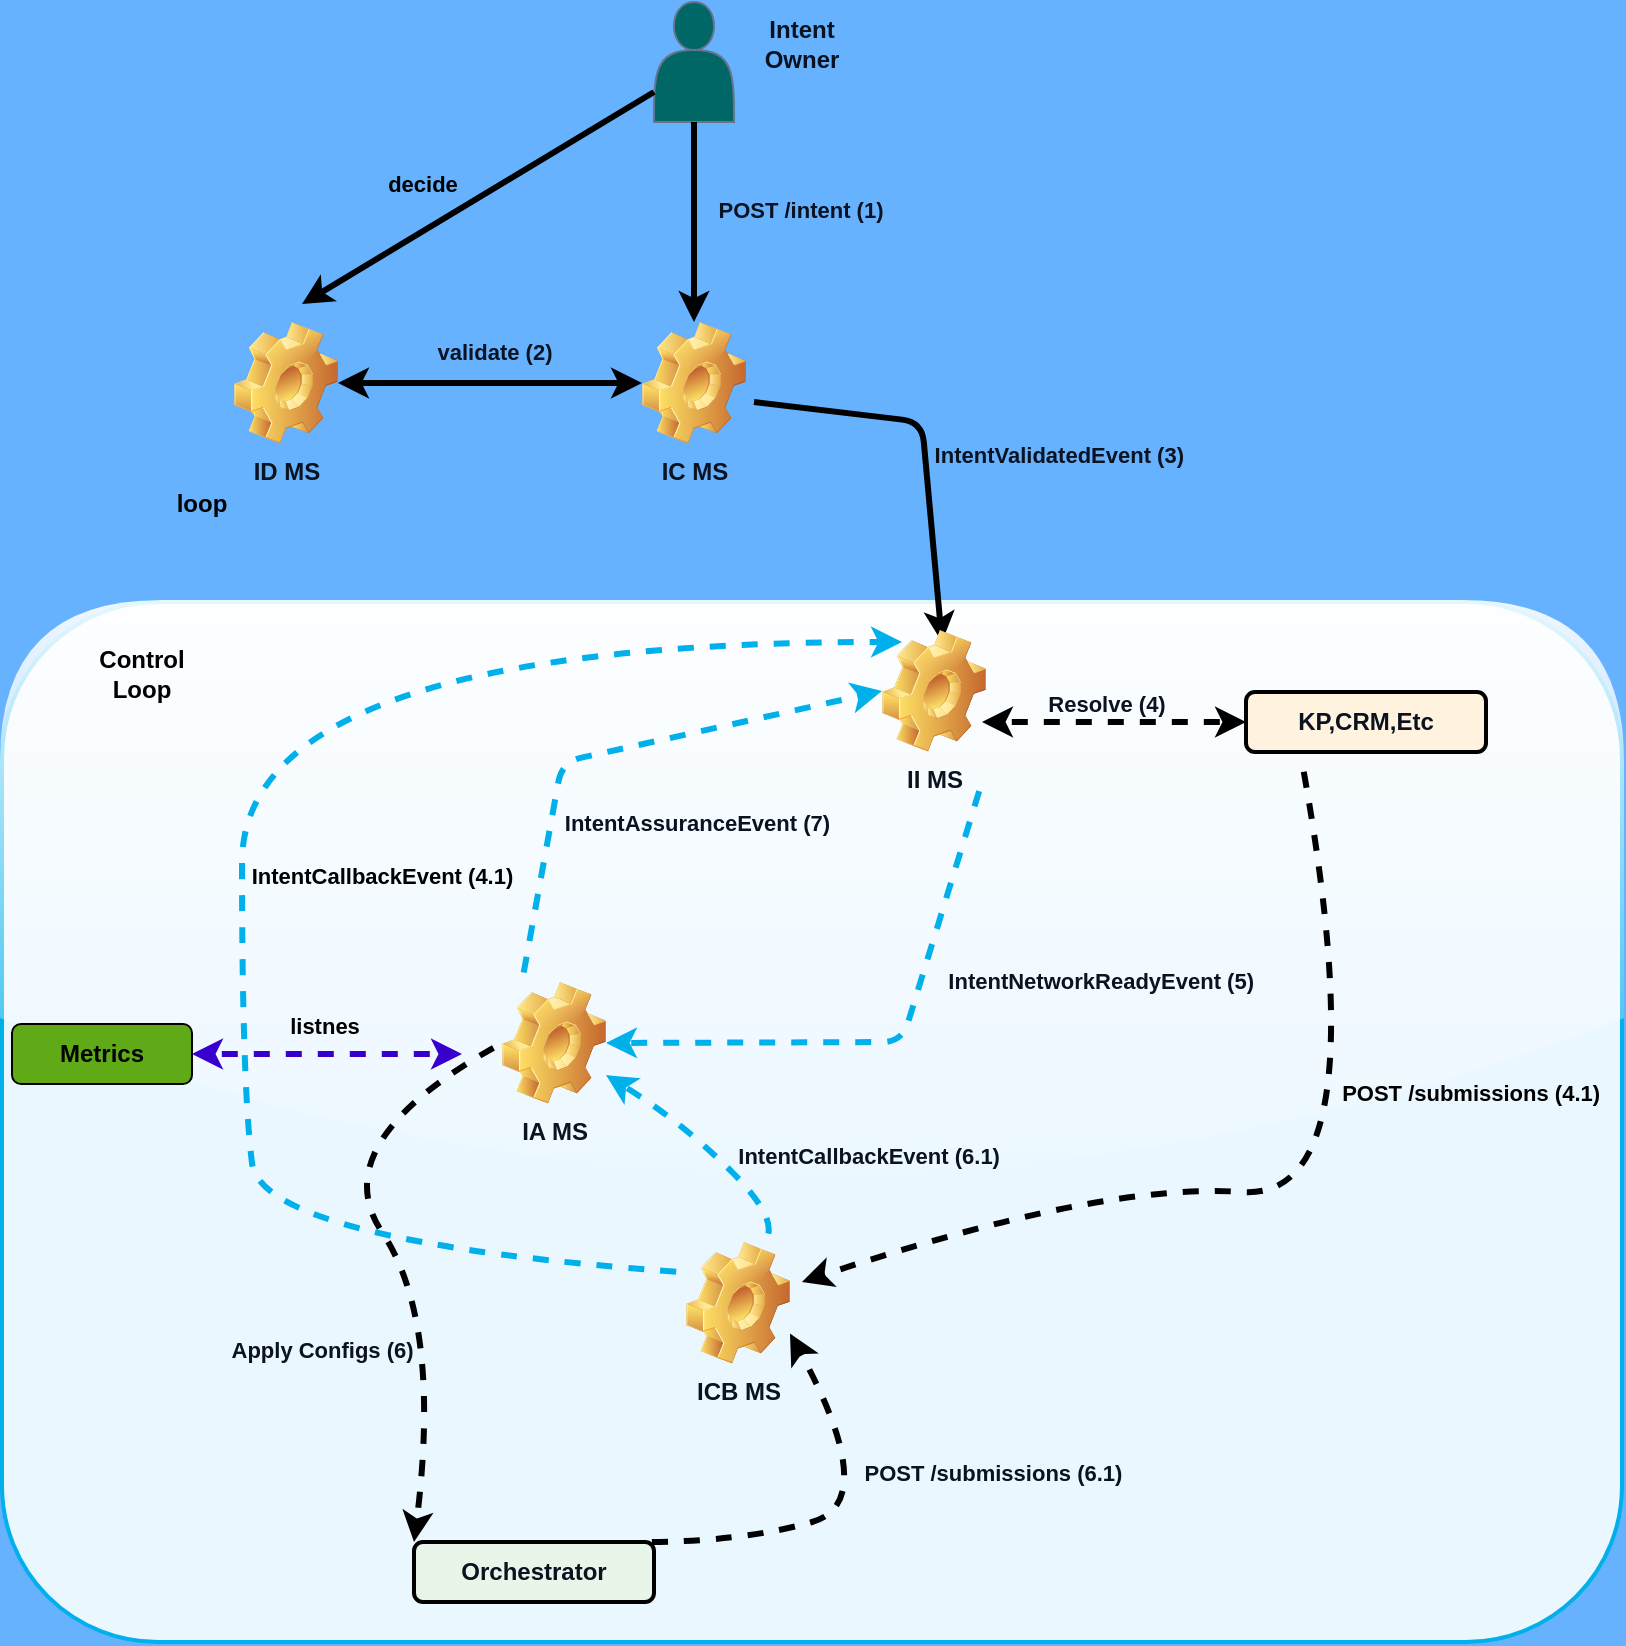
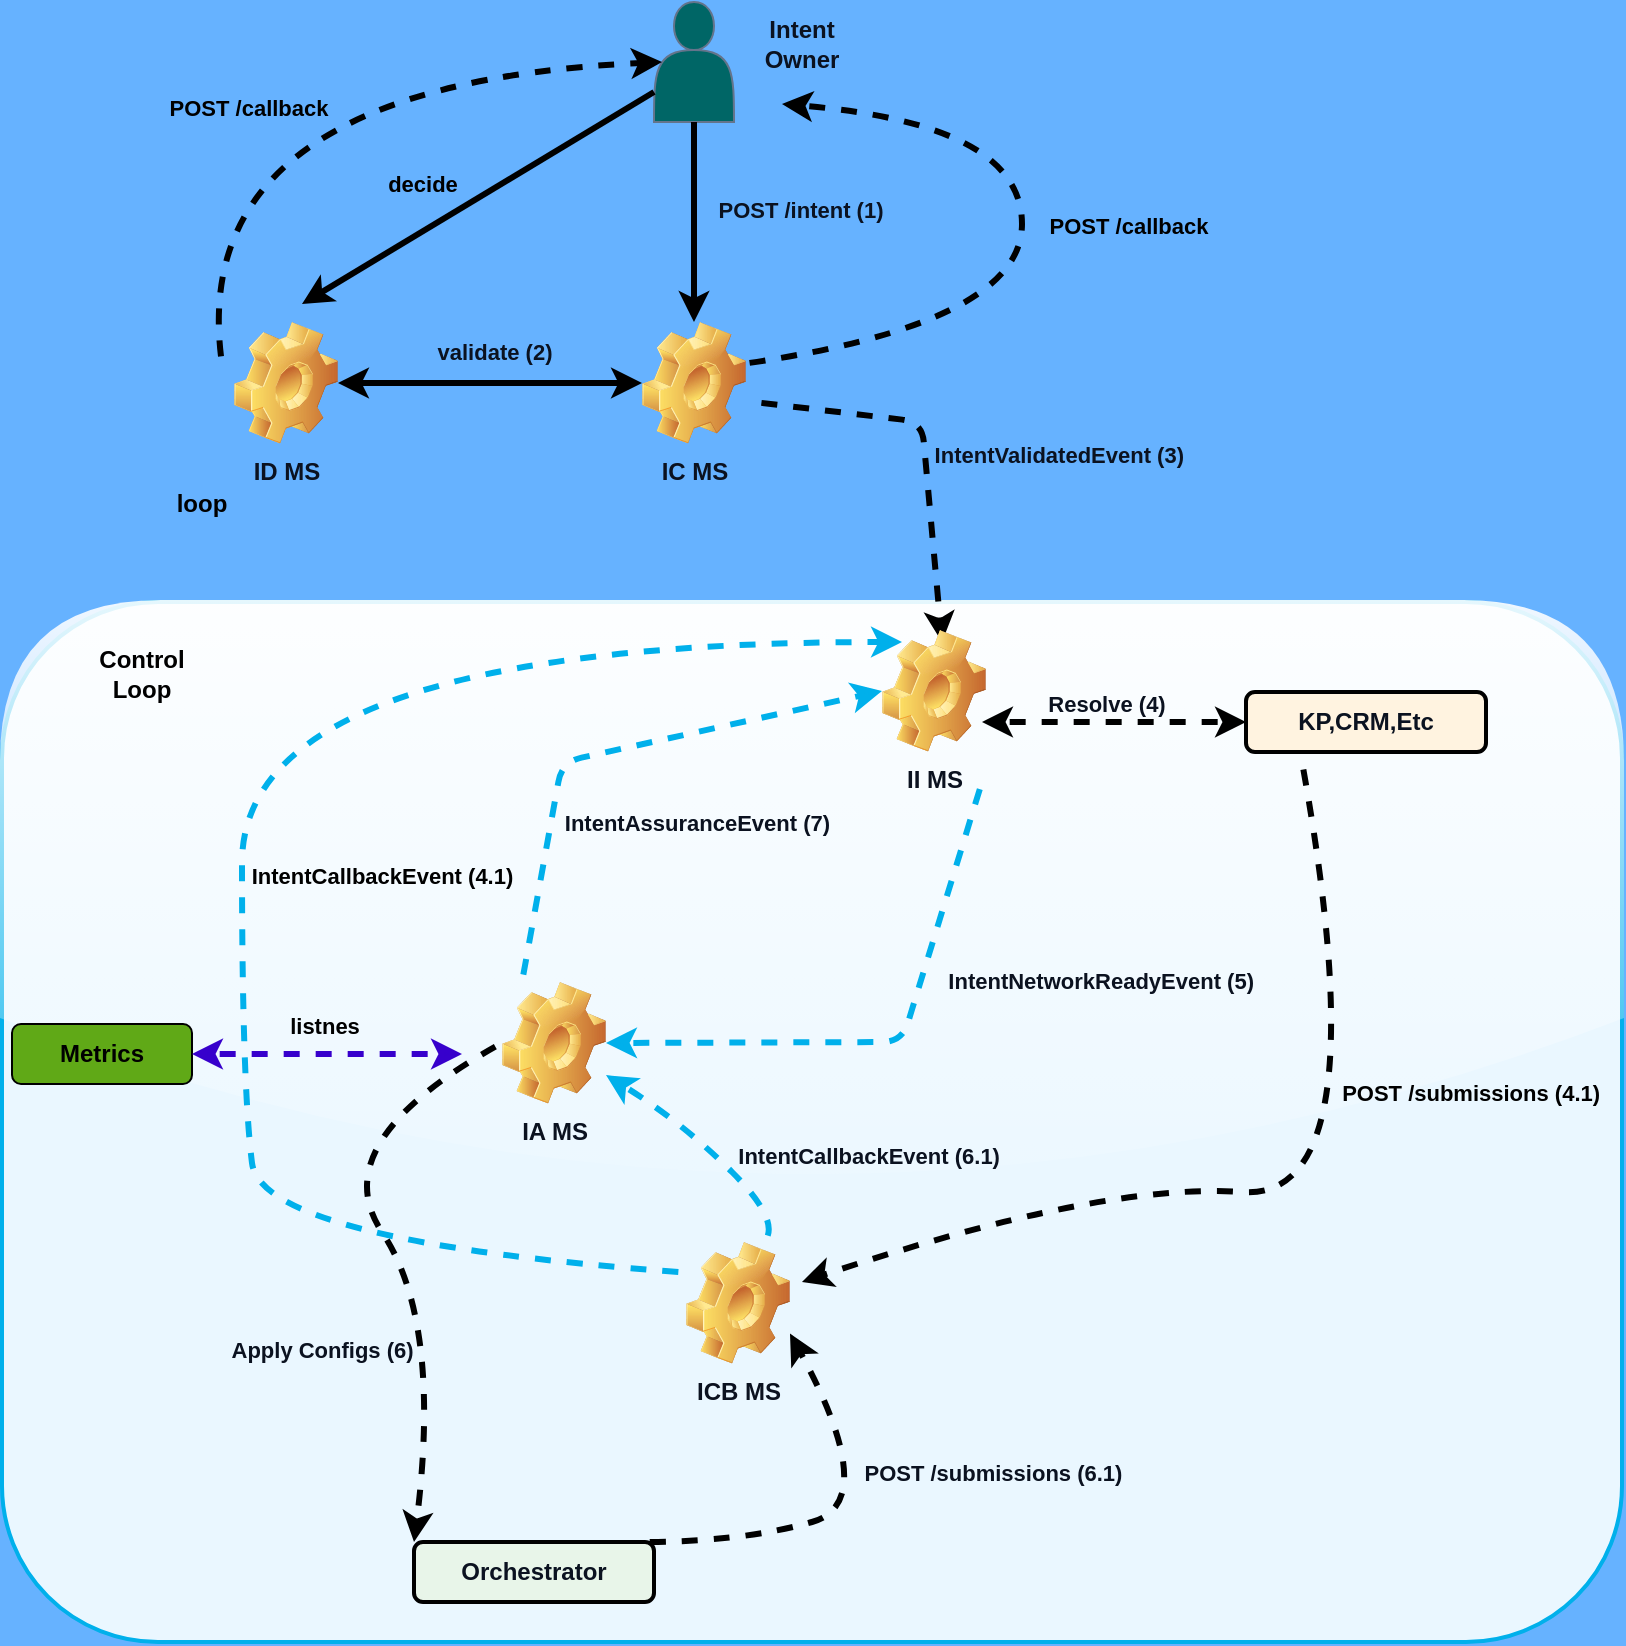
<mxfile host="65bd71144e">
    <diagram id="hkdiFI0e61aXNWWX01rr" name="Page-1">
-         <mxGraphModel dx="904" dy="851" grid="1" gridSize="10" guides="1" tooltips="1" connect="1" arrows="1" fold="1" page="1" pageScale="1" pageWidth="827" pageHeight="1169" background="#66B2FF" math="0" shadow="0" adaptiveColors="none">
+         <mxGraphModel dx="678" dy="638" grid="1" gridSize="10" guides="1" tooltips="1" connect="1" arrows="1" fold="1" page="1" pageScale="1" pageWidth="827" pageHeight="1169" background="#66B2FF" math="0" shadow="0" adaptiveColors="none">
            <root>
                <mxCell id="0"/>
                <mxCell id="1" parent="0"/>
-                 <mxCell id="44" value="" style="rounded=1;whiteSpace=wrap;html=1;strokeWidth=2;glass=1;shadow=0;fillStyle=auto;fillColor=#EAF7FF;fontColor=#0B1220;strokeColor=#00B0EB;labelBackgroundColor=default;" parent="1" vertex="1">
+                 <mxCell id="44" value="" style="rounded=1;whiteSpace=wrap;html=1;strokeWidth=2;glass=1;shadow=0;fillStyle=auto;fillColor=#EAF7FF;fontColor=#0B1220;strokeColor=#00B0EB;" parent="1" vertex="1">
                    <mxGeometry x="10" y="449" width="810" height="520" as="geometry"/>
                </mxCell>
                <mxCell id="2" value="IA MS" style="shape=image;html=1;verticalLabelPosition=bottom;verticalAlign=top;imageAspect=1;aspect=fixed;image=img/clipart/Gear_128x128.png;container=0;fontStyle=1;fillColor=#E6F7FF;strokeColor=#00B0EB;fontColor=#0B1220;strokeWidth=2;shadow=0;" parent="1" vertex="1">
                    <mxGeometry x="260" y="639" width="52" height="61" as="geometry"/>
                </mxCell>
-                 <mxCell id="7" value="" style="endArrow=classic;html=1;shadow=0;flowAnimation=1;strokeWidth=3;strokeColor=#00B0EB;entryX=0;entryY=0.5;entryDx=0;entryDy=0;jumpStyle=arc;fontColor=#0B1220;" parent="1" edge="1" target="28">
+                 <mxCell id="7" value="" style="endArrow=classic;html=1;shadow=0;flowAnimation=1;strokeWidth=3;strokeColor=#00B0EB;entryX=0;entryY=0.5;entryDx=0;entryDy=0;jumpStyle=arc;fontColor=#0B1220;" parent="1" target="28" edge="1">
                    <mxGeometry width="50" height="50" relative="1" as="geometry">
                        <mxPoint x="270" y="639" as="sourcePoint"/>
                        <mxPoint x="430" y="489" as="targetPoint"/>
                        <Array as="points">
                            <mxPoint x="290" y="529"/>
                        </Array>
                    </mxGeometry>
                </mxCell>
                <mxCell id="9" value="IntentNetworkReadyEvent (5)" style="edgeLabel;align=center;verticalAlign=middle;resizable=0;points=[];container=0;fontColor=#0B1220;labelBackgroundColor=none;fontStyle=1;fillColor=#E8F5E9;strokeColor=#2E7D32;strokeWidth=2;shadow=0;" parent="7" vertex="1" connectable="0">
                    <mxGeometry x="0.0249" y="3" relative="1" as="geometry">
                        <mxPoint x="241" y="118" as="offset"/>
                    </mxGeometry>
                </mxCell>
                <mxCell id="8" value="" style="endArrow=classic;html=1;entryX=1;entryY=0.5;entryDx=0;entryDy=0;exitX=1;exitY=1;exitDx=0;exitDy=0;flowAnimation=1;jumpStyle=arc;strokeWidth=3;strokeColor=#00B0EB;fontColor=#0B1220;" parent="1" target="2" edge="1">
                    <mxGeometry width="50" height="50" relative="1" as="geometry">
                        <mxPoint x="500" y="539" as="sourcePoint"/>
                        <mxPoint x="470" y="719" as="targetPoint"/>
                        <Array as="points">
                            <mxPoint x="460" y="669"/>
                        </Array>
                    </mxGeometry>
                </mxCell>
                <mxCell id="10" value="IntentAssuranceEvent (7)" style="edgeLabel;align=center;verticalAlign=middle;resizable=0;points=[];container=0;labelBackgroundColor=none;fontStyle=1;fillColor=#FFEBEE;strokeColor=#C62828;fontColor=#0B1220;strokeWidth=2;shadow=0;" parent="8" vertex="1" connectable="0">
                    <mxGeometry x="-0.196" relative="1" as="geometry">
                        <mxPoint x="-109" y="-89" as="offset"/>
                    </mxGeometry>
                </mxCell>
                <mxCell id="12" value="IC MS" style="shape=image;html=1;verticalLabelPosition=bottom;verticalAlign=top;imageAspect=1;aspect=fixed;image=img/clipart/Gear_128x128.png;fontStyle=1;fillColor=#E6F7FF;strokeColor=#00B0EB;fontColor=#0B1220;strokeWidth=2;shadow=0;" parent="1" vertex="1">
                    <mxGeometry x="330" y="309" width="52" height="61" as="geometry"/>
                </mxCell>
                <mxCell id="13" value="" style="shape=actor;whiteSpace=wrap;html=1;fillColor=#006666;strokeColor=#64748B;fontColor=#0B1220;shadow=0;" parent="1" vertex="1">
                    <mxGeometry x="336" y="149" width="40" height="60" as="geometry"/>
                </mxCell>
                <mxCell id="14" value="" style="endArrow=classic;html=1;exitX=0.5;exitY=1;exitDx=0;exitDy=0;strokeWidth=3;flowAnimation=0;strokeColor=default;fontColor=#0B1220;" parent="1" source="13" target="12" edge="1">
                    <mxGeometry width="50" height="50" relative="1" as="geometry">
                        <mxPoint x="430" y="379" as="sourcePoint"/>
                        <mxPoint x="480" y="329" as="targetPoint"/>
                    </mxGeometry>
                </mxCell>
                <mxCell id="17" value="POST /intent (1)" style="edgeLabel;html=1;align=center;verticalAlign=middle;resizable=0;points=[];fontColor=#0B1220;fontStyle=1;labelBackgroundColor=none;strokeColor=#64748B;shadow=0;" parent="14" vertex="1" connectable="0">
                    <mxGeometry x="-0.13" relative="1" as="geometry">
                        <mxPoint x="53" as="offset"/>
                    </mxGeometry>
                </mxCell>
                <mxCell id="15" value="ICB MS" style="shape=image;html=1;verticalLabelPosition=bottom;verticalAlign=top;imageAspect=1;aspect=fixed;image=img/clipart/Gear_128x128.png;fontStyle=1;fillColor=#FFF3E0;strokeColor=#F57C00;fontColor=#0B1220;strokeWidth=2;shadow=0;" parent="1" vertex="1">
                    <mxGeometry x="352" y="769" width="52" height="61" as="geometry"/>
                </mxCell>
-                 <mxCell id="16" value="" style="endArrow=classic;html=1;exitX=0.5;exitY=1;exitDx=0;exitDy=0;strokeWidth=3;flowAnimation=0;jumpStyle=arc;strokeColor=default;fontColor=#0B1220;" parent="1" edge="1">
+                 <mxCell id="16" value="" style="endArrow=classic;html=1;exitX=0.5;exitY=1;exitDx=0;exitDy=0;strokeWidth=3;flowAnimation=1;jumpStyle=arc;strokeColor=default;fontColor=#0B1220;" parent="1" edge="1">
                    <mxGeometry width="50" height="50" relative="1" as="geometry">
                        <mxPoint x="386" y="349" as="sourcePoint"/>
                        <mxPoint x="480" y="469" as="targetPoint"/>
                        <Array as="points">
                            <mxPoint x="470" y="359"/>
                        </Array>
                    </mxGeometry>
                </mxCell>
                <mxCell id="18" value="IntentValidatedEvent (3)" style="edgeLabel;align=center;verticalAlign=middle;resizable=0;points=[];fontColor=#0B1220;fontStyle=1;labelBackgroundColor=none;strokeColor=#64748B;shadow=0;" parent="16" vertex="1" connectable="0">
                    <mxGeometry x="0.0229" y="-3" relative="1" as="geometry">
                        <mxPoint x="70" as="offset"/>
                    </mxGeometry>
                </mxCell>
                <mxCell id="21" value="Orchestrator" style="rounded=1;whiteSpace=wrap;html=1;fillColor=#E8F5E9;fontColor=#0B1220;strokeColor=default;fontStyle=1;strokeWidth=2;shadow=0;" parent="1" vertex="1">
                    <mxGeometry x="216" y="919" width="120" height="30" as="geometry"/>
                </mxCell>
                <mxCell id="22" value="Intent Owner" style="text;html=1;align=center;verticalAlign=middle;whiteSpace=wrap;rounded=0;fontStyle=1;fillColor=none;strokeColor=none;fontColor=#0B1220;strokeWidth=2;shadow=0;" parent="1" vertex="1">
                    <mxGeometry x="380" y="155" width="60" height="30" as="geometry"/>
                </mxCell>
                <mxCell id="23" value="KP,CRM,Etc" style="rounded=1;whiteSpace=wrap;html=1;fillColor=#FFF3E0;fontColor=#0B1220;strokeColor=default;fontStyle=1;strokeWidth=2;shadow=0;" parent="1" vertex="1">
                    <mxGeometry x="632" y="494" width="120" height="30" as="geometry"/>
                </mxCell>
                <mxCell id="25" value="" style="endArrow=classic;startArrow=classic;html=1;exitX=1;exitY=0.5;exitDx=0;exitDy=0;entryX=0;entryY=0.5;entryDx=0;entryDy=0;endSize=6;strokeWidth=3;flowAnimation=1;strokeColor=default;fontColor=#0B1220;" parent="1" target="23" edge="1">
                    <mxGeometry width="50" height="50" relative="1" as="geometry">
                        <mxPoint x="500" y="509" as="sourcePoint"/>
                        <mxPoint x="590" y="519" as="targetPoint"/>
                    </mxGeometry>
                </mxCell>
                <mxCell id="34" value="Resolve (4)" style="edgeLabel;html=1;align=center;verticalAlign=middle;resizable=0;points=[];fontStyle=1;labelBackgroundColor=none;strokeColor=#64748B;fontColor=#0B1220;shadow=0;" parent="25" vertex="1" connectable="0">
                    <mxGeometry x="-0.0667" relative="1" as="geometry">
                        <mxPoint y="-9" as="offset"/>
                    </mxGeometry>
                </mxCell>
                <mxCell id="28" value="II MS" style="shape=image;html=1;verticalLabelPosition=bottom;verticalAlign=top;imageAspect=1;aspect=fixed;image=img/clipart/Gear_128x128.png;fontStyle=1;fillColor=#E6F7FF;strokeColor=#00B0EB;fontColor=#0B1220;strokeWidth=2;shadow=0;" parent="1" vertex="1">
                    <mxGeometry x="450" y="463" width="52" height="61" as="geometry"/>
                </mxCell>
                <mxCell id="29" value="ID MS" style="shape=image;html=1;verticalLabelPosition=bottom;verticalAlign=top;imageAspect=1;aspect=fixed;image=img/clipart/Gear_128x128.png;fontStyle=1;fillColor=#E6F7FF;strokeColor=#00B0EB;fontColor=#0B1220;strokeWidth=2;shadow=0;" parent="1" vertex="1">
                    <mxGeometry x="126" y="309" width="52" height="61" as="geometry"/>
                </mxCell>
                <mxCell id="30" value="" style="endArrow=classic;startArrow=classic;html=1;exitX=1;exitY=0.5;exitDx=0;exitDy=0;entryX=0;entryY=0.5;entryDx=0;entryDy=0;strokeWidth=3;flowAnimation=0;strokeColor=default;fontColor=#0B1220;" parent="1" source="29" target="12" edge="1">
                    <mxGeometry width="50" height="50" relative="1" as="geometry">
                        <mxPoint x="280" y="469" as="sourcePoint"/>
                        <mxPoint x="330" y="419" as="targetPoint"/>
                    </mxGeometry>
                </mxCell>
                <mxCell id="31" value="validate (2)" style="edgeLabel;html=1;align=center;verticalAlign=middle;resizable=0;points=[];fontStyle=1;labelBackgroundColor=none;strokeColor=#64748B;fontColor=#0B1220;shadow=0;" parent="30" vertex="1" connectable="0">
                    <mxGeometry y="2" relative="1" as="geometry">
                        <mxPoint x="2" y="-14" as="offset"/>
                    </mxGeometry>
                </mxCell>
                <mxCell id="32" value="" style="curved=1;endArrow=classic;html=1;strokeWidth=3;flowAnimation=1;fillColor=#0050ef;strokeColor=default;fontColor=#0B1220;" parent="1" edge="1">
                    <mxGeometry width="50" height="50" relative="1" as="geometry">
                        <mxPoint x="660" y="529" as="sourcePoint"/>
                        <mxPoint x="410" y="789" as="targetPoint"/>
                        <Array as="points">
                            <mxPoint x="700" y="749"/>
                            <mxPoint x="560" y="739"/>
                        </Array>
                    </mxGeometry>
                </mxCell>
                <mxCell id="33" value="" style="curved=1;endArrow=classic;html=1;exitX=0;exitY=0.25;exitDx=0;exitDy=0;strokeWidth=3;flowAnimation=1;fillColor=#0050ef;strokeColor=#00B0EB;fontColor=#0B1220;" parent="1" source="15" edge="1">
                    <mxGeometry width="50" height="50" relative="1" as="geometry">
                        <mxPoint x="90" y="769" as="sourcePoint"/>
                        <mxPoint x="460" y="469" as="targetPoint"/>
                        <Array as="points">
                            <mxPoint x="140" y="769"/>
                            <mxPoint x="130" y="690"/>
                            <mxPoint x="130" y="469"/>
                        </Array>
                    </mxGeometry>
                </mxCell>
                <mxCell id="36" value="" style="curved=1;endArrow=classic;html=1;exitX=0;exitY=0.5;exitDx=0;exitDy=0;entryX=0;entryY=0;entryDx=0;entryDy=0;strokeWidth=3;fillColor=#e3c800;strokeColor=default;flowAnimation=1;fontColor=#0B1220;" parent="1" source="2" target="21" edge="1">
                    <mxGeometry width="50" height="50" relative="1" as="geometry">
                        <mxPoint x="230" y="859" as="sourcePoint"/>
                        <mxPoint x="280" y="809" as="targetPoint"/>
                        <Array as="points">
                            <mxPoint x="170" y="719"/>
                            <mxPoint x="230" y="809"/>
                        </Array>
                    </mxGeometry>
                </mxCell>
                <mxCell id="37" value="Apply Configs (6)" style="edgeLabel;align=center;verticalAlign=middle;resizable=0;points=[];labelBackgroundColor=none;fontColor=#0B1220;fontStyle=1;strokeColor=#64748B;shadow=0;" parent="36" vertex="1" connectable="0">
                    <mxGeometry x="0.2297" y="-7" relative="1" as="geometry">
                        <mxPoint x="-47" y="20" as="offset"/>
                    </mxGeometry>
                </mxCell>
                <mxCell id="38" value="" style="curved=1;endArrow=classic;html=1;entryX=1;entryY=0.75;entryDx=0;entryDy=0;fillColor=#e3c800;strokeColor=default;strokeWidth=3;flowAnimation=1;fontColor=#0B1220;" parent="1" target="15" edge="1">
                    <mxGeometry width="50" height="50" relative="1" as="geometry">
                        <mxPoint x="330" y="919" as="sourcePoint"/>
                        <mxPoint x="380" y="869" as="targetPoint"/>
                        <Array as="points">
                            <mxPoint x="380" y="919"/>
                            <mxPoint x="450" y="899"/>
                        </Array>
                    </mxGeometry>
                </mxCell>
                <mxCell id="39" value="POST /submissions (6.1)" style="edgeLabel;align=center;verticalAlign=middle;resizable=0;points=[];fontStyle=1;labelBackgroundColor=none;fontColor=#0B1220;strokeColor=#64748B;shadow=0;" parent="38" vertex="1" connectable="0">
                    <mxGeometry x="0.3261" y="9" relative="1" as="geometry">
                        <mxPoint x="74" as="offset"/>
                    </mxGeometry>
                </mxCell>
                <mxCell id="40" value="" style="curved=1;endArrow=classic;html=1;exitX=0.75;exitY=0;exitDx=0;exitDy=0;fillColor=#e3c800;strokeColor=#00B0EB;strokeWidth=3;flowAnimation=1;fontColor=#0B1220;" parent="1" source="15" target="2" edge="1">
                    <mxGeometry width="50" height="50" relative="1" as="geometry">
                        <mxPoint x="350" y="759" as="sourcePoint"/>
                        <mxPoint x="400" y="709" as="targetPoint"/>
                        <Array as="points">
                            <mxPoint x="400" y="759"/>
                            <mxPoint x="350" y="709"/>
                        </Array>
                    </mxGeometry>
                </mxCell>
                <mxCell id="41" value="IntentCallbackEvent (6.1)" style="edgeLabel;align=center;verticalAlign=middle;resizable=0;points=[];fontStyle=1;labelBackgroundColor=none;fontColor=#0B1220;strokeColor=#64748B;shadow=0;" parent="40" vertex="1" connectable="0">
                    <mxGeometry x="-0.0281" relative="1" as="geometry">
                        <mxPoint x="78" y="1" as="offset"/>
                    </mxGeometry>
                </mxCell>
-                 <mxCell id="45" value="loop" style="text;html=1;align=center;verticalAlign=middle;whiteSpace=wrap;rounded=0;fontStyle=1" vertex="1" parent="1">
+                 <mxCell id="45" value="loop" style="text;html=1;align=center;verticalAlign=middle;whiteSpace=wrap;rounded=0;fontStyle=1" parent="1" vertex="1">
                    <mxGeometry x="80" y="385" width="60" height="30" as="geometry"/>
                </mxCell>
-                 <mxCell id="46" value="" style="endArrow=classic;html=1;exitX=0;exitY=0.75;exitDx=0;exitDy=0;strokeWidth=3;" edge="1" parent="1" source="13">
+                 <mxCell id="46" value="" style="endArrow=classic;html=1;exitX=0;exitY=0.75;exitDx=0;exitDy=0;strokeWidth=3;" parent="1" source="13" edge="1">
                    <mxGeometry width="50" height="50" relative="1" as="geometry">
                        <mxPoint x="170" y="220" as="sourcePoint"/>
                        <mxPoint x="160" y="300" as="targetPoint"/>
                    </mxGeometry>
                </mxCell>
-                 <mxCell id="47" value="decide" style="edgeLabel;html=1;align=center;verticalAlign=middle;resizable=0;points=[];labelBackgroundColor=none;fontStyle=1" vertex="1" connectable="0" parent="46">
+                 <mxCell id="47" value="decide" style="edgeLabel;html=1;align=center;verticalAlign=middle;resizable=0;points=[];labelBackgroundColor=none;fontStyle=1" parent="46" vertex="1" connectable="0">
                    <mxGeometry x="-0.0222" y="1" relative="1" as="geometry">
                        <mxPoint x="-31" y="-7" as="offset"/>
                    </mxGeometry>
                </mxCell>
-                 <mxCell id="48" value="Metrics" style="rounded=1;whiteSpace=wrap;html=1;fillColor=#60a917;fontColor=default;strokeColor=default;fontStyle=1" vertex="1" parent="1">
+                 <mxCell id="48" value="Metrics" style="rounded=1;whiteSpace=wrap;html=1;fillColor=#60a917;fontColor=default;strokeColor=default;fontStyle=1" parent="1" vertex="1">
                    <mxGeometry x="15" y="660" width="90" height="30" as="geometry"/>
                </mxCell>
-                 <mxCell id="49" value="" style="endArrow=classic;startArrow=classic;html=1;exitX=1;exitY=0.5;exitDx=0;exitDy=0;strokeWidth=3;flowAnimation=1;strokeColor=#3700CC;jumpStyle=arc;fillColor=#6a00ff;" edge="1" parent="1" source="48">
+                 <mxCell id="49" value="" style="endArrow=classic;startArrow=classic;html=1;exitX=1;exitY=0.5;exitDx=0;exitDy=0;strokeWidth=3;flowAnimation=1;strokeColor=#3700CC;jumpStyle=arc;fillColor=#6a00ff;" parent="1" source="48" edge="1">
                    <mxGeometry width="50" height="50" relative="1" as="geometry">
                        <mxPoint x="150" y="720" as="sourcePoint"/>
                        <mxPoint x="240" y="675" as="targetPoint"/>
                    </mxGeometry>
                </mxCell>
-                 <mxCell id="55" value="listnes" style="edgeLabel;html=1;align=center;verticalAlign=middle;resizable=0;points=[];labelBackgroundColor=none;fontStyle=1" vertex="1" connectable="0" parent="49">
+                 <mxCell id="55" value="listnes" style="edgeLabel;html=1;align=center;verticalAlign=middle;resizable=0;points=[];labelBackgroundColor=none;fontStyle=1" parent="49" vertex="1" connectable="0">
                    <mxGeometry x="-0.0462" y="4" relative="1" as="geometry">
                        <mxPoint x="1" y="-10" as="offset"/>
                    </mxGeometry>
                </mxCell>
-                 <mxCell id="50" value="IntentCallbackEvent (4.1)" style="edgeLabel;align=center;verticalAlign=middle;resizable=0;points=[];fontStyle=1;labelBackgroundColor=none;fontColor=default;" vertex="1" connectable="0" parent="1">
+                 <mxCell id="50" value="IntentCallbackEvent (4.1)" style="edgeLabel;align=center;verticalAlign=middle;resizable=0;points=[];fontStyle=1;labelBackgroundColor=none;fontColor=default;" parent="1" vertex="1" connectable="0">
                    <mxGeometry x="200.0011238408634" y="585.0011238408631" as="geometry"/>
                </mxCell>
-                 <mxCell id="51" value="POST /submissions (4.1)" style="edgeLabel;align=center;verticalAlign=middle;resizable=0;points=[];fontStyle=1;labelBackgroundColor=none;fontColor=default;" vertex="1" connectable="0" parent="1">
+                 <mxCell id="51" value="POST /submissions (4.1)" style="edgeLabel;align=center;verticalAlign=middle;resizable=0;points=[];fontStyle=1;labelBackgroundColor=none;fontColor=default;" parent="1" vertex="1" connectable="0">
                    <mxGeometry x="744.3029013611379" y="693.5364916215115" as="geometry"/>
                </mxCell>
-                 <mxCell id="54" value="Control Loop" style="text;html=1;align=center;verticalAlign=middle;whiteSpace=wrap;rounded=0;fontStyle=1" vertex="1" parent="1">
+                 <mxCell id="54" value="Control Loop" style="text;html=1;align=center;verticalAlign=middle;whiteSpace=wrap;rounded=0;fontStyle=1" parent="1" vertex="1">
                    <mxGeometry x="50" y="470" width="60" height="30" as="geometry"/>
+                 </mxCell>
+                 <mxCell id="56" value="" style="endArrow=classic;html=1;rounded=0;jumpStyle=arc;curved=1;strokeWidth=3;shadow=0;flowAnimation=1;" parent="1" edge="1">
+                     <mxGeometry width="50" height="50" relative="1" as="geometry">
+                         <mxPoint x="380" y="330" as="sourcePoint"/>
+                         <mxPoint x="400" y="200" as="targetPoint"/>
+                         <Array as="points">
+                             <mxPoint x="520" y="310"/>
+                             <mxPoint x="520" y="210"/>
+                         </Array>
+                     </mxGeometry>
+                 </mxCell>
+                 <mxCell id="57" value="POST /callback" style="edgeLabel;html=1;align=center;verticalAlign=middle;resizable=0;points=[];labelBackgroundColor=none;fontStyle=1" parent="56" vertex="1" connectable="0">
+                     <mxGeometry x="0.0525" y="1" relative="1" as="geometry">
+                         <mxPoint x="54" as="offset"/>
+                     </mxGeometry>
+                 </mxCell>
+                 <mxCell id="58" value="" style="endArrow=classic;html=1;rounded=0;entryX=0.1;entryY=0.5;entryDx=0;entryDy=0;entryPerimeter=0;curved=1;strokeWidth=3;flowAnimation=1;" parent="1" target="13" edge="1">
+                     <mxGeometry width="50" height="50" relative="1" as="geometry">
+                         <mxPoint x="120" y="330" as="sourcePoint"/>
+                         <mxPoint x="130" y="210" as="targetPoint"/>
+                         <Array as="points">
+                             <mxPoint x="100" y="190"/>
+                         </Array>
+                     </mxGeometry>
+                 </mxCell>
+                 <mxCell id="59" value="POST /callback" style="edgeLabel;html=1;align=center;verticalAlign=middle;resizable=0;points=[];labelBackgroundColor=none;fontStyle=1" parent="1" vertex="1" connectable="0">
+                     <mxGeometry x="133" y="201.4213562373095" as="geometry"/>
                </mxCell>
            </root>
        </mxGraphModel>
    </diagram>
</mxfile>